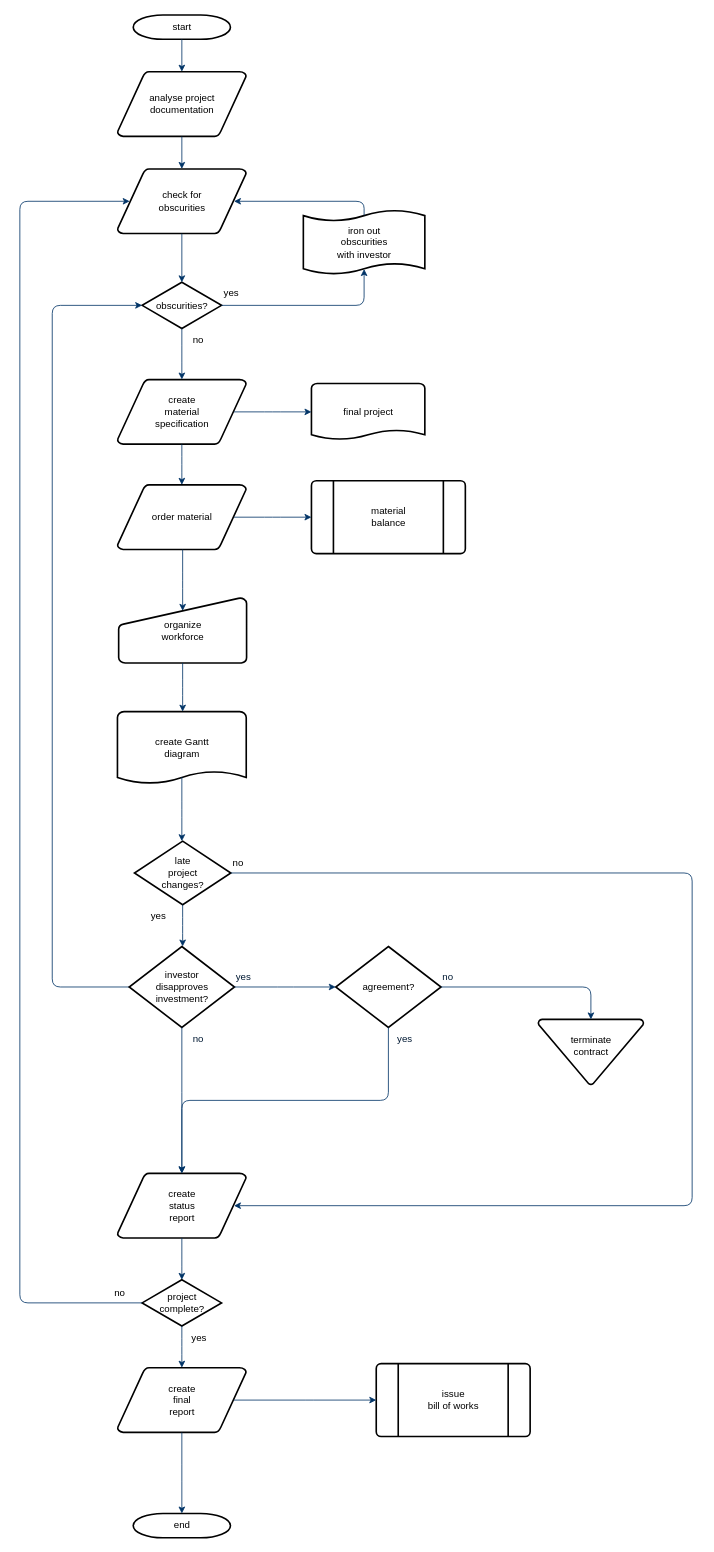
Before: QuyTrinh.drawio in anhvanthe/01_my_drawio, a draw.io diagram. Source tidied: cells renumbered, new cells numbered last; positions are measured from the earlier drawing's top-left corner, leaving out a move shared by most shapes. Both pictures are drawn from the tidied source at 81%, with x=0, y=0 at pixel (19, 15).
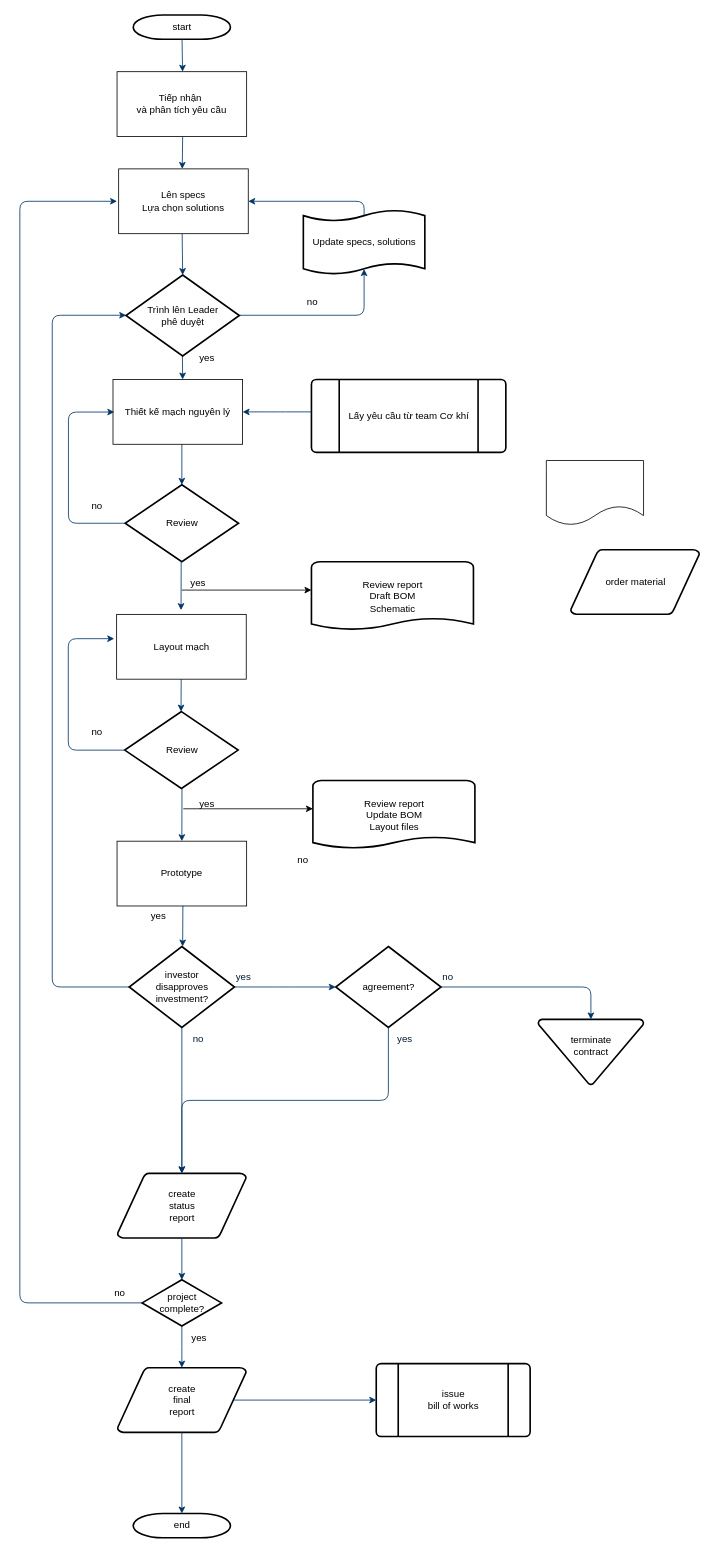
The same page after the edit.

The change refers to these unchanged cells:
```xml
<mxCell id="2" value="start" style="shape=mxgraph.flowchart.terminator;strokeWidth=2;gradientColor=none;gradientDirection=north;fontStyle=0;html=1;" parent="1" vertex="1">
  <mxGeometry x="140" width="120" height="30" as="geometry" />
</mxCell>
<mxCell id="28" value="investor&#10;disapproves&#10; investment?" style="shape=mxgraph.flowchart.decision;strokeWidth=2;gradientColor=none;gradientDirection=north;fontStyle=0;html=1;" parent="1" vertex="1">
  <mxGeometry x="135" y="1150" width="130" height="100" as="geometry" />
</mxCell>
<mxCell id="34" value="create&#10;status&#10;report" style="shape=mxgraph.flowchart.data;strokeWidth=2;gradientColor=none;gradientDirection=north;fontStyle=0;html=1;" parent="1" vertex="1">
  <mxGeometry x="120.5" y="1430" width="159" height="80" as="geometry" />
</mxCell>
<mxCell id="37" value="project&#10;complete?" style="shape=mxgraph.flowchart.decision;strokeWidth=2;gradientColor=none;gradientDirection=north;fontStyle=0;html=1;" parent="1" vertex="1">
  <mxGeometry x="151" y="1561.5" width="98" height="57" as="geometry" />
</mxCell>
```

Change to the diagram source:
```diff
@@
-    <mxCell id="3" value="analyse project&#10; documentation" style="shape=mxgraph.flowchart.data;strokeWidth=2;gradientColor=none;gradientDirection=north;fontStyle=0;html=1;" parent="1" vertex="1">
-      <mxGeometry x="120.5" y="70" width="159" height="80" as="geometry" />
-    </mxCell>
-    <mxCell id="4" value="create&#10;material&#10;specification" style="shape=mxgraph.flowchart.data;strokeWidth=2;gradientColor=none;gradientDirection=north;fontStyle=0;html=1;" parent="1" vertex="1">
-      <mxGeometry x="120.5" y="450" width="159" height="80" as="geometry" />
-    </mxCell>
-    <mxCell id="5" value="check for&#10;obscurities" style="shape=mxgraph.flowchart.data;strokeWidth=2;gradientColor=none;gradientDirection=north;fontStyle=0;html=1;" parent="1" vertex="1">
-      <mxGeometry x="120.5" y="190" width="159" height="80" as="geometry" />
-    </mxCell>
-    <mxCell id="6" value="obscurities?" style="shape=mxgraph.flowchart.decision;strokeWidth=2;gradientColor=none;gradientDirection=north;fontStyle=0;html=1;" parent="1" vertex="1">
-      <mxGeometry x="151" y="330" width="98" height="57" as="geometry" />
-    </mxCell>
-    <mxCell id="7" style="fontStyle=1;strokeColor=#003366;strokeWidth=1;html=1;" parent="1" edge="1" source="2" target="3">
-      <mxGeometry relative="1" as="geometry" />
+    <mxCell id="7" style="fontStyle=1;strokeColor=#003366;strokeWidth=1;html=1;" parent="1" edge="1" source="2">
+      <mxGeometry relative="1" as="geometry">
+        <mxPoint x="200.9" y="70" as="targetPoint" />
+      </mxGeometry>
     </mxCell>
-    <mxCell id="8" style="fontStyle=1;strokeColor=#003366;strokeWidth=1;html=1;" parent="1" edge="1" source="3" target="5">
-      <mxGeometry relative="1" as="geometry" />
+    <mxCell id="8" style="fontStyle=1;strokeColor=#003366;strokeWidth=1;html=1;" parent="1" edge="1">
+      <mxGeometry relative="1" as="geometry">
+        <mxPoint x="201" y="150" as="sourcePoint" />
+        <mxPoint x="200.5" y="190" as="targetPoint" />
+      </mxGeometry>
     </mxCell>
-    <mxCell id="9" style="entryX=0.5;entryY=0;entryPerimeter=0;fontStyle=1;strokeColor=#003366;strokeWidth=1;html=1;" parent="1" edge="1" source="5" target="6">
-      <mxGeometry relative="1" as="geometry" />
+    <mxCell id="9" style="entryX=0.5;entryY=0;entryPerimeter=0;fontStyle=1;strokeColor=#003366;strokeWidth=1;html=1;" parent="1" edge="1">
+      <mxGeometry relative="1" as="geometry">
+        <mxPoint x="200.4" y="270" as="sourcePoint" />
+        <mxPoint x="201" y="321" as="targetPoint" />
+      </mxGeometry>
     </mxCell>
-    <mxCell id="10" style="edgeStyle=elbowEdgeStyle;elbow=horizontal;entryX=0.5;entryY=0.91;entryPerimeter=0;exitX=1;exitY=0.5;exitPerimeter=0;fontStyle=1;strokeColor=#003366;strokeWidth=1;html=1;" parent="1" edge="1" source="6" target="51">
+    <mxCell id="10" style="edgeStyle=elbowEdgeStyle;elbow=horizontal;entryX=0.5;entryY=0.91;entryPerimeter=0;exitX=1;exitY=0.5;exitPerimeter=0;fontStyle=1;strokeColor=#003366;strokeWidth=1;html=1;" parent="1" edge="1" target="51">
       <mxGeometry x="381" y="28.5" as="geometry">
+        <mxPoint x="271.3" y="370.7" as="sourcePoint" />
         <Array as="points">
           <mxPoint x="425" y="340" />
         </Array>
       </mxGeometry>
     </mxCell>
     <mxCell id="11" value="yes" style="text;fontStyle=0;html=1;strokeColor=none;gradientColor=none;fillColor=none;strokeWidth=2;" parent="1" vertex="1">
-      <mxGeometry x="250" y="330" width="40" height="26" as="geometry" />
+      <mxGeometry x="220" y="410" width="40" height="26" as="geometry" />
     </mxCell>
-    <mxCell id="12" style="edgeStyle=elbowEdgeStyle;elbow=horizontal;fontColor=#001933;fontStyle=1;strokeColor=#003366;strokeWidth=1;html=1;" parent="1" edge="1" source="6" target="4">
-      <mxGeometry as="geometry" />
+    <mxCell id="12" style="edgeStyle=elbowEdgeStyle;elbow=horizontal;fontColor=#001933;fontStyle=1;strokeColor=#003366;strokeWidth=1;html=1;" parent="1" edge="1">
+      <mxGeometry as="geometry">
+        <mxPoint x="200.7" y="421" as="sourcePoint" />
+        <mxPoint x="201" y="450" as="targetPoint" />
+      </mxGeometry>
     </mxCell>
-    <mxCell id="13" value="order material" style="shape=mxgraph.flowchart.data;strokeWidth=2;gradientColor=none;gradientDirection=north;fontStyle=0;html=1;" parent="1" vertex="1">
-      <mxGeometry x="120.5" y="580" width="159" height="80" as="geometry" />
-    </mxCell>
     <mxCell id="14" value="no" style="text;fontStyle=0;html=1;strokeColor=none;gradientColor=none;fillColor=none;strokeWidth=2;align=center;" parent="1" vertex="1">
-      <mxGeometry x="200" y="387" width="40" height="26" as="geometry" />
+      <mxGeometry x="340.5" y="340" width="40" height="26" as="geometry" />
     </mxCell>
-    <mxCell id="15" value="final project" style="shape=mxgraph.flowchart.document;strokeWidth=2;gradientColor=none;gradientDirection=north;fontStyle=0;html=1;" parent="1" vertex="1">
-      <mxGeometry x="360" y="455" width="140" height="70" as="geometry" />
+    <mxCell id="15" value="Review report&lt;br&gt;Draft BOM&lt;br&gt;Schematic" style="shape=mxgraph.flowchart.document;strokeWidth=2;gradientColor=none;gradientDirection=north;fontStyle=0;html=1;" parent="1" vertex="1">
+      <mxGeometry x="360" y="675" width="200" height="85" as="geometry" />
     </mxCell>
-    <mxCell id="16" style="edgeStyle=elbowEdgeStyle;elbow=horizontal;exitX=0.905;exitY=0.5;exitPerimeter=0;fontStyle=1;strokeColor=#003366;strokeWidth=1;html=1;" parent="1" edge="1" source="4" target="15">
-      <mxGeometry as="geometry" />
+    <mxCell id="16" style="edgeStyle=elbowEdgeStyle;elbow=horizontal;fontStyle=1;strokeColor=#003366;strokeWidth=1;html=1;entryX=0.905;entryY=0.5;entryDx=0;entryDy=0;entryPerimeter=0;" parent="1" edge="1">
+      <mxGeometry x="11" as="geometry">
+        <mxPoint x="360" y="490" as="sourcePoint" />
+        <mxPoint x="275" y="490" as="targetPoint" />
+      </mxGeometry>
     </mxCell>
-    <mxCell id="17" style="edgeStyle=elbowEdgeStyle;elbow=horizontal;fontStyle=1;strokeColor=#003366;strokeWidth=1;html=1;" parent="1" edge="1" source="4" target="13">
-      <mxGeometry as="geometry" />
+    <mxCell id="17" style="edgeStyle=elbowEdgeStyle;elbow=horizontal;fontStyle=1;strokeColor=#003366;strokeWidth=1;html=1;" parent="1" edge="1">
+      <mxGeometry as="geometry">
+        <mxPoint x="200" y="530" as="sourcePoint" />
+        <mxPoint x="199.5" y="580" as="targetPoint" />
+      </mxGeometry>
     </mxCell>
-    <mxCell id="18" value="material&#10;balance" style="shape=mxgraph.flowchart.predefined_process;strokeWidth=2;gradientColor=none;gradientDirection=north;fontStyle=0;html=1;" parent="1" vertex="1">
-      <mxGeometry x="360" y="575" width="190" height="90" as="geometry" />
-    </mxCell>
-    <mxCell id="19" style="edgeStyle=elbowEdgeStyle;elbow=horizontal;exitX=0.905;exitY=0.5;exitPerimeter=0;fontStyle=1;strokeColor=#003366;strokeWidth=1;html=1;" parent="1" edge="1" source="13" target="18">
-      <mxGeometry as="geometry" />
-    </mxCell>
-    <mxCell id="20" value="organize &#10;workforce" style="shape=mxgraph.flowchart.manual_input;strokeWidth=2;gradientColor=none;gradientDirection=north;fontStyle=0;html=1;" parent="1" vertex="1">
-      <mxGeometry x="122" y="720" width="158" height="80" as="geometry" />
-    </mxCell>
-    <mxCell id="21" style="edgeStyle=elbowEdgeStyle;elbow=horizontal;entryX=0.5;entryY=0.195;entryPerimeter=0;fontStyle=1;strokeColor=#003366;strokeWidth=1;html=1;" parent="1" edge="1" source="13" target="20">
-      <mxGeometry as="geometry" />
-    </mxCell>
-    <mxCell id="22" value="create Gantt&#10;diagram" style="shape=mxgraph.flowchart.document;strokeWidth=2;gradientColor=none;gradientDirection=north;fontStyle=0;html=1;" parent="1" vertex="1">
-      <mxGeometry x="120.5" y="860" width="159" height="90" as="geometry" />
-    </mxCell>
-    <mxCell id="23" style="edgeStyle=elbowEdgeStyle;elbow=horizontal;exitX=0.5;exitY=1;exitPerimeter=0;fontStyle=1;strokeColor=#003366;strokeWidth=1;html=1;" parent="1" edge="1" source="20" target="22">
-      <mxGeometry as="geometry" />
+    <mxCell id="23" style="edgeStyle=elbowEdgeStyle;elbow=horizontal;exitX=0.5;exitY=1;exitPerimeter=0;fontStyle=1;strokeColor=#003366;strokeWidth=1;html=1;" parent="1" edge="1">
+      <mxGeometry x="-2" as="geometry">
+        <mxPoint x="199.3" y="800.3" as="sourcePoint" />
+        <mxPoint x="199.6" y="860" as="targetPoint" />
+      </mxGeometry>
     </mxCell>
-    <mxCell id="24" value="late&#10;project&#10;changes?" style="shape=mxgraph.flowchart.decision;strokeWidth=2;gradientColor=none;gradientDirection=north;fontStyle=0;html=1;" parent="1" vertex="1">
-      <mxGeometry x="141.5" y="1020" width="119" height="78.5" as="geometry" />
-    </mxCell>
-    <mxCell id="25" style="edgeStyle=elbowEdgeStyle;elbow=horizontal;exitX=0.5;exitY=0.9;exitPerimeter=0;fontStyle=1;strokeColor=#003366;strokeWidth=1;html=1;" parent="1" edge="1" source="22" target="24">
-      <mxGeometry as="geometry" />
+    <mxCell id="25" style="edgeStyle=elbowEdgeStyle;elbow=horizontal;exitX=0.5;exitY=0.9;exitPerimeter=0;fontStyle=1;strokeColor=#003366;strokeWidth=1;html=1;" parent="1" edge="1">
+      <mxGeometry as="geometry">
+        <mxPoint x="200.2" y="940.9" as="sourcePoint" />
+        <mxPoint x="200.5" y="1020" as="targetPoint" />
+      </mxGeometry>
     </mxCell>
-    <mxCell id="26" style="edgeStyle=elbowEdgeStyle;elbow=horizontal;exitX=0;exitY=0.5;exitPerimeter=0;entryX=0;entryY=0.5;entryPerimeter=0;fontStyle=1;strokeColor=#003366;strokeWidth=1;html=1;" parent="1" edge="1" source="28" target="6">
+    <mxCell id="26" style="edgeStyle=elbowEdgeStyle;elbow=horizontal;exitX=0;exitY=0.5;exitPerimeter=0;entryX=0;entryY=0.5;entryPerimeter=0;fontStyle=1;strokeColor=#003366;strokeWidth=1;html=1;" parent="1" edge="1" source="28">
       <mxGeometry as="geometry">
+        <mxPoint x="131.3" y="370.7" as="targetPoint" />
         <Array as="points">
           <mxPoint x="40" y="790" />
         </Array>
       </mxGeometry>
     </mxCell>
@@
-    <mxCell id="30" style="edgeStyle=elbowEdgeStyle;elbow=horizontal;exitX=0.5;exitY=1;exitPerimeter=0;fontStyle=1;strokeColor=#003366;strokeWidth=1;html=1;" parent="1" edge="1" source="24" target="28">
-      <mxGeometry as="geometry" />
+    <mxCell id="30" style="edgeStyle=elbowEdgeStyle;elbow=horizontal;exitX=0.5;exitY=1;exitPerimeter=0;fontStyle=1;strokeColor=#003366;strokeWidth=1;html=1;" parent="1" edge="1" target="28">
+      <mxGeometry as="geometry">
+        <mxPoint x="201.3" y="1098.7" as="sourcePoint" />
+      </mxGeometry>
     </mxCell>
@@
-    <mxCell id="45" style="edgeStyle=elbowEdgeStyle;elbow=horizontal;exitX=1;exitY=0.5;exitPerimeter=0;entryX=0.905;entryY=0.5;entryPerimeter=0;fontStyle=1;strokeColor=#003366;strokeWidth=1;html=1;" parent="1" edge="1" source="24" target="34">
-      <mxGeometry as="geometry">
-        <Array as="points">
-          <mxPoint x="830" y="1260" />
-        </Array>
-      </mxGeometry>
-    </mxCell>
     <mxCell id="46" value="no" style="text;fontStyle=0;html=1;strokeColor=none;gradientColor=none;fillColor=none;strokeWidth=2;" parent="1" vertex="1">
-      <mxGeometry x="260.5" y="1033.2" width="40" height="26" as="geometry" />
+      <mxGeometry x="340.5" y="1030" width="40" height="26" as="geometry" />
     </mxCell>
@@
-    <mxCell id="51" value="iron out&#10;obscurities &#10;with investor" style="shape=mxgraph.flowchart.paper_tape;strokeWidth=2;gradientColor=none;gradientDirection=north;fontStyle=0;html=1;" parent="1" vertex="1">
+    <mxCell id="51" value="Update specs, solutions" style="shape=mxgraph.flowchart.paper_tape;strokeWidth=2;gradientColor=none;gradientDirection=north;fontStyle=0;html=1;" parent="1" vertex="1">
       <mxGeometry x="350" y="240" width="150" height="81" as="geometry" />
     </mxCell>
-    <mxCell id="52" style="edgeStyle=elbowEdgeStyle;elbow=horizontal;exitX=0.5;exitY=0.09;exitPerimeter=0;entryX=0.905;entryY=0.5;entryPerimeter=0;fontStyle=1;strokeColor=#003366;strokeWidth=1;html=1;" parent="1" edge="1" source="51" target="5">
+    <mxCell id="52" style="edgeStyle=elbowEdgeStyle;elbow=horizontal;exitX=0.5;exitY=0.09;exitPerimeter=0;entryX=1;entryY=0.5;fontStyle=1;strokeColor=#003366;strokeWidth=1;html=1;entryDx=0;entryDy=0;" parent="1" edge="1" source="51" target="57">
       <mxGeometry as="geometry">
         <Array as="points">
           <mxPoint x="425" y="240" />
         </Array>
       </mxGeometry>
     </mxCell>
@@
-    <mxCell id="54" style="edgeStyle=elbowEdgeStyle;elbow=horizontal;exitX=0;exitY=0.5;exitPerimeter=0;entryX=0.095;entryY=0.5;entryPerimeter=0;fontStyle=1;strokeColor=#003366;strokeWidth=1;html=1;" parent="1" edge="1" source="37" target="5">
+    <mxCell id="54" style="edgeStyle=elbowEdgeStyle;elbow=horizontal;exitX=0;exitY=0.5;exitPerimeter=0;fontStyle=1;strokeColor=#003366;strokeWidth=1;html=1;" parent="1" edge="1" source="37">
       <mxGeometry as="geometry">
+        <mxPoint x="120" y="230" as="targetPoint" />
         <Array as="points">
           <mxPoint y="910" />
         </Array>
       </mxGeometry>
     </mxCell>
@@
+    <mxCell id="56" value="Tiếp nhận&amp;nbsp;&lt;br&gt;và phân tích yêu cầu" style="rounded=0;whiteSpace=wrap;html=1;" parent="1" vertex="1">
+      <mxGeometry x="120" y="70" width="160" height="80" as="geometry" />
+    </mxCell>
+    <mxCell id="57" value="Lên specs&lt;br&gt;Lựa chọn solutions" style="rounded=0;whiteSpace=wrap;html=1;" parent="1" vertex="1">
+      <mxGeometry x="122" y="190" width="160" height="80" as="geometry" />
+    </mxCell>
+    <mxCell id="58" value="Trình lên Leader&lt;br&gt;phê duyệt" style="shape=mxgraph.flowchart.decision;strokeWidth=2;gradientColor=none;gradientDirection=north;fontStyle=0;html=1;" parent="1" vertex="1">
+      <mxGeometry x="131" y="321" width="140" height="100" as="geometry" />
+    </mxCell>
+    <mxCell id="13" value="order material" style="shape=mxgraph.flowchart.data;strokeWidth=2;gradientColor=none;gradientDirection=north;fontStyle=0;html=1;" parent="1" vertex="1">
+      <mxGeometry x="680" y="660" width="159" height="80" as="geometry" />
+    </mxCell>
+    <mxCell id="59" value="Review" style="shape=mxgraph.flowchart.decision;strokeWidth=2;gradientColor=none;gradientDirection=north;fontStyle=0;html=1;" parent="1" vertex="1">
+      <mxGeometry x="130" y="580" width="140" height="95" as="geometry" />
+    </mxCell>
+    <mxCell id="60" value="&lt;span style=&quot;white-space: nowrap&quot;&gt;Thiết kế mạch nguyên lý&lt;/span&gt;" style="rounded=0;whiteSpace=wrap;html=1;" parent="1" vertex="1">
+      <mxGeometry x="115" y="450" width="160" height="80" as="geometry" />
+    </mxCell>
+    <mxCell id="61" style="shape=document;whiteSpace=wrap;html=1;boundedLbl=1;" parent="1" vertex="1">
+      <mxGeometry x="650" y="550" width="120" height="80" as="geometry" />
+    </mxCell>
+    <mxCell id="62" value="Lấy yêu cầu từ team Cơ khí" style="shape=mxgraph.flowchart.predefined_process;strokeWidth=2;gradientColor=none;gradientDirection=north;fontStyle=0;html=1;" parent="1" vertex="1">
+      <mxGeometry x="360" y="450" width="240" height="90" as="geometry" />
+    </mxCell>
+    <mxCell id="63" style="edgeStyle=elbowEdgeStyle;elbow=horizontal;entryX=0;entryY=0.5;entryPerimeter=0;fontStyle=1;strokeColor=#003366;strokeWidth=1;html=1;exitX=0;exitY=0.5;exitDx=0;exitDy=0;exitPerimeter=0;" parent="1" edge="1" source="59">
+      <mxGeometry x="-14.7" y="119.5" as="geometry">
+        <mxPoint x="116.6" y="490.2" as="targetPoint" />
+        <Array as="points">
+          <mxPoint x="60" y="900" />
+        </Array>
+      </mxGeometry>
+    </mxCell>
+    <mxCell id="64" value="no" style="text;fontStyle=0;html=1;strokeColor=none;gradientColor=none;fillColor=none;strokeWidth=2;align=center;" parent="1" vertex="1">
+      <mxGeometry x="75" y="592.5" width="40" height="26" as="geometry" />
+    </mxCell>
+    <mxCell id="65" value="yes" style="text;fontStyle=0;html=1;strokeColor=none;gradientColor=none;fillColor=none;strokeWidth=2;" parent="1" vertex="1">
+      <mxGeometry x="209" y="687" width="40" height="26" as="geometry" />
+    </mxCell>
+    <mxCell id="66" value="&lt;span style=&quot;white-space: nowrap&quot;&gt;Layout mạch&lt;/span&gt;" style="rounded=0;whiteSpace=wrap;html=1;" parent="1" vertex="1">
+      <mxGeometry x="119.5" y="740" width="160" height="80" as="geometry" />
+    </mxCell>
+    <mxCell id="67" style="endArrow=classic;html=1;" parent="1" edge="1">
+      <mxGeometry relative="1" as="geometry">
+        <mxPoint x="200" y="710" as="sourcePoint" />
+        <mxPoint x="360" y="710" as="targetPoint" />
+      </mxGeometry>
+    </mxCell>
+    <mxCell id="68" style="edgeStyle=elbowEdgeStyle;elbow=horizontal;exitX=0.5;exitY=1;exitPerimeter=0;fontStyle=1;strokeColor=#003366;strokeWidth=1;html=1;" parent="1" edge="1">
+      <mxGeometry x="-2.1" y="-125.3" as="geometry">
+        <mxPoint x="199.2" y="675" as="sourcePoint" />
+        <mxPoint x="199.5" y="734.7" as="targetPoint" />
+      </mxGeometry>
+    </mxCell>
+    <mxCell id="69" value="Review" style="shape=mxgraph.flowchart.decision;strokeWidth=2;gradientColor=none;gradientDirection=north;fontStyle=0;html=1;" parent="1" vertex="1">
+      <mxGeometry x="129.5" y="860" width="140" height="95" as="geometry" />
+    </mxCell>
+    <mxCell id="70" style="edgeStyle=elbowEdgeStyle;elbow=horizontal;entryX=0;entryY=0.5;entryPerimeter=0;fontStyle=1;strokeColor=#003366;strokeWidth=1;html=1;exitX=0;exitY=0.5;exitDx=0;exitDy=0;exitPerimeter=0;" parent="1" edge="1">
+      <mxGeometry x="-14.8" y="399.3" as="geometry">
+        <mxPoint x="129.5" y="907.6" as="sourcePoint" />
+        <mxPoint x="116.5" y="770" as="targetPoint" />
+        <Array as="points">
+          <mxPoint x="59.8" y="1179.8" />
+        </Array>
+      </mxGeometry>
+    </mxCell>
+    <mxCell id="71" value="no" style="text;fontStyle=0;html=1;strokeColor=none;gradientColor=none;fillColor=none;strokeWidth=2;align=center;" parent="1" vertex="1">
+      <mxGeometry x="74.8" y="872.3" width="40" height="26" as="geometry" />
+    </mxCell>
+    <mxCell id="72" value="yes" style="text;fontStyle=0;html=1;strokeColor=none;gradientColor=none;fillColor=none;strokeWidth=2;" parent="1" vertex="1">
+      <mxGeometry x="220" y="960" width="40" height="26" as="geometry" />
+    </mxCell>
+    <mxCell id="73" value="&lt;span style=&quot;white-space: nowrap&quot;&gt;Prototype&lt;/span&gt;" style="rounded=0;whiteSpace=wrap;html=1;" parent="1" vertex="1">
+      <mxGeometry x="120" y="1020" width="160" height="80" as="geometry" />
+    </mxCell>
+    <mxCell id="74" value="Review report&lt;br&gt;Update BOM&lt;br&gt;Layout files" style="shape=mxgraph.flowchart.document;strokeWidth=2;gradientColor=none;gradientDirection=north;fontStyle=0;html=1;" parent="1" vertex="1">
+      <mxGeometry x="361.8" y="945" width="200" height="85" as="geometry" />
+    </mxCell>
+    <mxCell id="75" style="endArrow=classic;html=1;" parent="1" edge="1">
+      <mxGeometry relative="1" as="geometry">
+        <mxPoint x="201.8" y="980" as="sourcePoint" />
+        <mxPoint x="361.8" y="980" as="targetPoint" />
+      </mxGeometry>
+    </mxCell>
```
